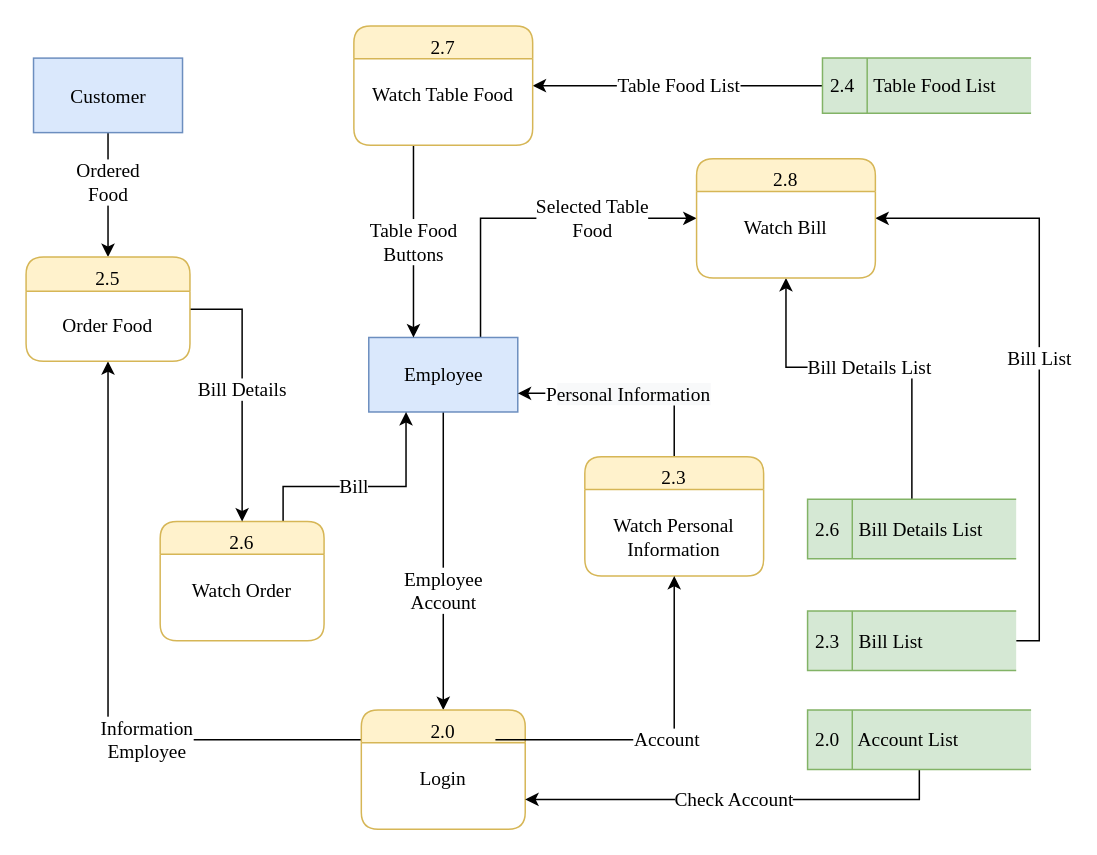
The draw.io diagram page "Level 2 - Employee" (7 of 9) of document/diagram/dfd.drawio in daomtthuan/do-an, before the edit. Source tidied: cells renumbered, new cells numbered last; positions are measured from the earlier drawing's top-left corner, leaving out a move shared by most shapes. Both pictures are drawn from the tidied source at 149%, with x=0, y=0 at pixel (25, 25).
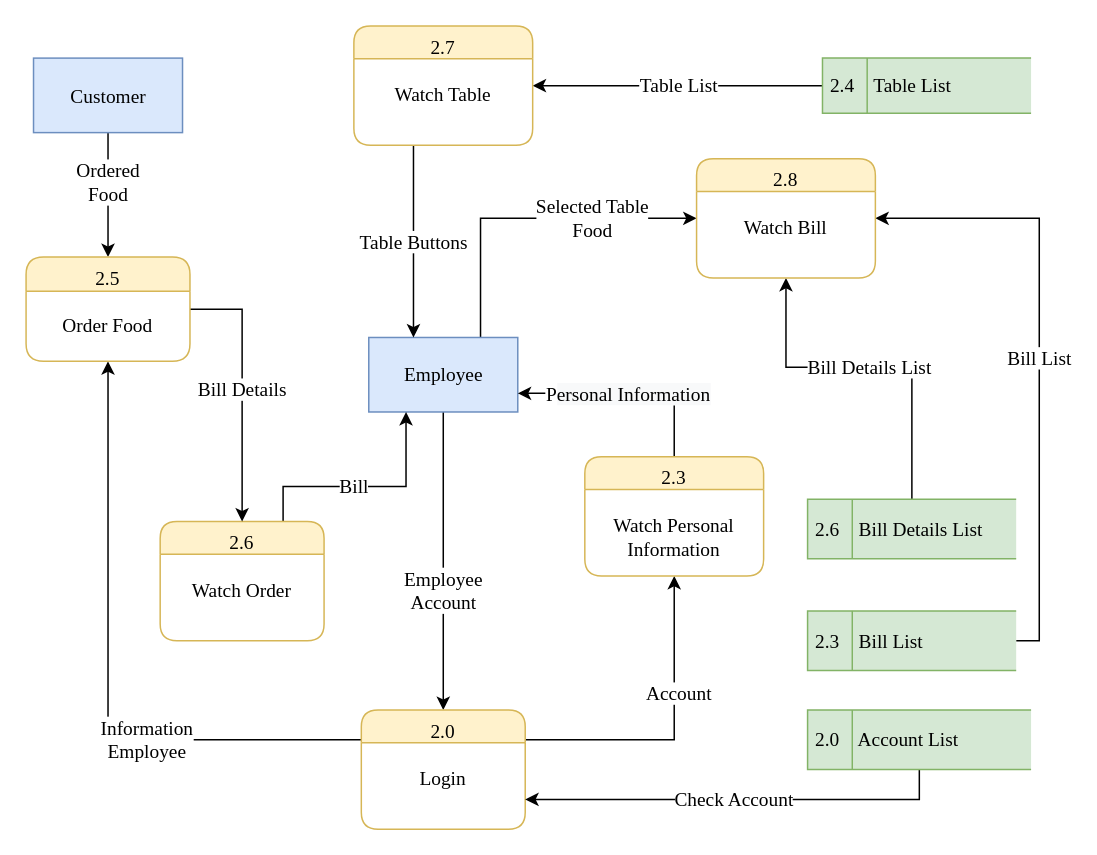
The same diagram, later.

Unchanged cells that the change refers to:
```xml
<mxCell id="10" value="2.0&#10;&#10;Login" style="swimlane;fontStyle=0;horizontal=1;startSize=22;fillColor=#fff2cc;swimlaneFillColor=#ffffff;rounded=1;strokeWidth=1;verticalAlign=top;arcSize=17;labelPosition=center;verticalLabelPosition=middle;align=center;fontFamily=Times New Roman;strokeColor=#d6b656;fontSize=13;" parent="1" vertex="1">
  <mxGeometry x="225" y="459" width="110" height="80" as="geometry" />
</mxCell>
<mxCell id="22" value="2.3&#10;&#10;Watch Personal&#10;Information" style="swimlane;fontStyle=0;horizontal=1;startSize=22;fillColor=#fff2cc;swimlaneFillColor=#ffffff;rounded=1;strokeWidth=1;verticalAlign=top;arcSize=17;labelPosition=center;verticalLabelPosition=middle;align=center;fontFamily=Times New Roman;strokeColor=#d6b656;fontSize=13;" parent="1" vertex="1">
  <mxGeometry x="375" y="289" width="120" height="80" as="geometry" />
</mxCell>
```

Diff of the diagram source:
```diff
@@
-    <mxCell id="2" value="Table Food List" style="edgeStyle=orthogonalEdgeStyle;rounded=0;jettySize=auto;html=1;entryX=1;entryY=0.5;entryDx=0;entryDy=0;fontFamily=Times New Roman;fontSize=13;" parent="1" edge="1" source="3" target="25">
+    <mxCell id="2" value="Table List" style="edgeStyle=orthogonalEdgeStyle;rounded=0;jettySize=auto;html=1;entryX=1;entryY=0.5;entryDx=0;entryDy=0;fontFamily=Times New Roman;fontSize=13;" parent="1" edge="1" source="3" target="25">
       <mxGeometry relative="1" as="geometry" />
     </mxCell>
-    <mxCell id="3" value="2.4&amp;nbsp; &amp;nbsp; Table Food List" style="html=1;dashed=0;whitespace=wrap;shape=mxgraph.dfd.dataStoreID;align=left;spacingLeft=3;points=[[0,0],[0.5,0],[1,0],[0,0.5],[1,0.5],[0,1],[0.5,1],[1,1]];fillColor=#d5e8d4;strokeColor=#82b366;fontFamily=Times New Roman;fontSize=13;" parent="1" vertex="1">
+    <mxCell id="3" value="2.4&amp;nbsp; &amp;nbsp; Table List" style="html=1;dashed=0;whitespace=wrap;shape=mxgraph.dfd.dataStoreID;align=left;spacingLeft=3;points=[[0,0],[0.5,0],[1,0],[0,0.5],[1,0.5],[0,1],[0.5,1],[1,1]];fillColor=#d5e8d4;strokeColor=#82b366;fontFamily=Times New Roman;fontSize=13;" parent="1" vertex="1">
       <mxGeometry x="534.5" y="21.5" width="140" height="37" as="geometry" />
     </mxCell>
@@
+    <mxCell id="27" style="edgeStyle=orthogonalEdgeStyle;rounded=0;jettySize=auto;html=1;exitX=1;exitY=0.25;exitDx=0;exitDy=0;entryX=0.5;entryY=1;entryDx=0;entryDy=0;endArrow=classic;endFill=1;" parent="1" edge="1" source="10" target="22">
+      <mxGeometry relative="1" as="geometry" />
+    </mxCell>
+    <mxCell id="23" value="&lt;font face=&quot;Times New Roman&quot; style=&quot;font-size: 13px&quot;&gt;Account&lt;/font&gt;" style="text;html=1;align=center;verticalAlign=middle;labelBackgroundColor=#ffffff;" parent="27" vertex="1">
+      <mxGeometry x="-0.05" y="32" relative="1" as="geometry">
+        <mxPoint x="34" y="-32" as="offset" />
+      </mxGeometry>
+    </mxCell>
@@
-    <mxCell id="23" value="Account" style="edgeStyle=orthogonalEdgeStyle;rounded=0;jettySize=auto;html=1;fontFamily=Times New Roman;fontSize=13;entryX=0.5;entryY=1;entryDx=0;entryDy=0;" parent="1" edge="1" target="22">
-      <mxGeometry relative="1" as="geometry">
-        <mxPoint x="315" y="479" as="sourcePoint" />
-        <Array as="points">
-          <mxPoint x="315" y="479" />
-          <mxPoint x="435" y="479" />
-        </Array>
-      </mxGeometry>
-    </mxCell>
-    <mxCell id="24" value="Table Food&lt;br style=&quot;font-size: 13px;&quot;&gt;Buttons" style="edgeStyle=orthogonalEdgeStyle;rounded=0;jettySize=auto;html=1;fontFamily=Times New Roman;fontSize=13;" parent="1" edge="1" source="25">
+    <mxCell id="24" value="Table&amp;nbsp;Buttons" style="edgeStyle=orthogonalEdgeStyle;rounded=0;jettySize=auto;html=1;fontFamily=Times New Roman;fontSize=13;" parent="1" edge="1" source="25">
       <mxGeometry relative="1" as="geometry">
         <mxPoint x="260" y="209" as="targetPoint" />
         <Array as="points">
           <mxPoint x="260" y="109" />
           <mxPoint x="260" y="109" />
         </Array>
       </mxGeometry>
     </mxCell>
-    <mxCell id="25" value="2.7&#10;&#10;Watch Table Food" style="swimlane;fontStyle=0;horizontal=1;startSize=22;fillColor=#fff2cc;swimlaneFillColor=#ffffff;rounded=1;strokeWidth=1;verticalAlign=top;arcSize=17;labelPosition=center;verticalLabelPosition=middle;align=center;fontFamily=Times New Roman;strokeColor=#d6b656;fontSize=13;" parent="1" vertex="1">
+    <mxCell id="25" value="2.7&#10;&#10;Watch Table" style="swimlane;fontStyle=0;horizontal=1;startSize=22;fillColor=#fff2cc;swimlaneFillColor=#ffffff;rounded=1;strokeWidth=1;verticalAlign=top;arcSize=17;labelPosition=center;verticalLabelPosition=middle;align=center;fontFamily=Times New Roman;strokeColor=#d6b656;fontSize=13;" parent="1" vertex="1">
       <mxGeometry x="220" width="120" height="80" as="geometry" />
     </mxCell>
```
